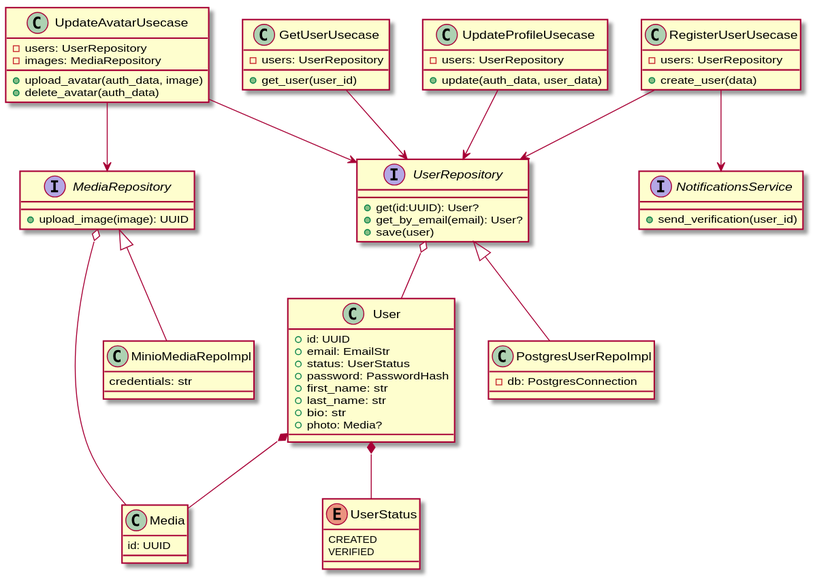
Earlier version of the PlantUML export classes.svg (kluchi/diagrams).
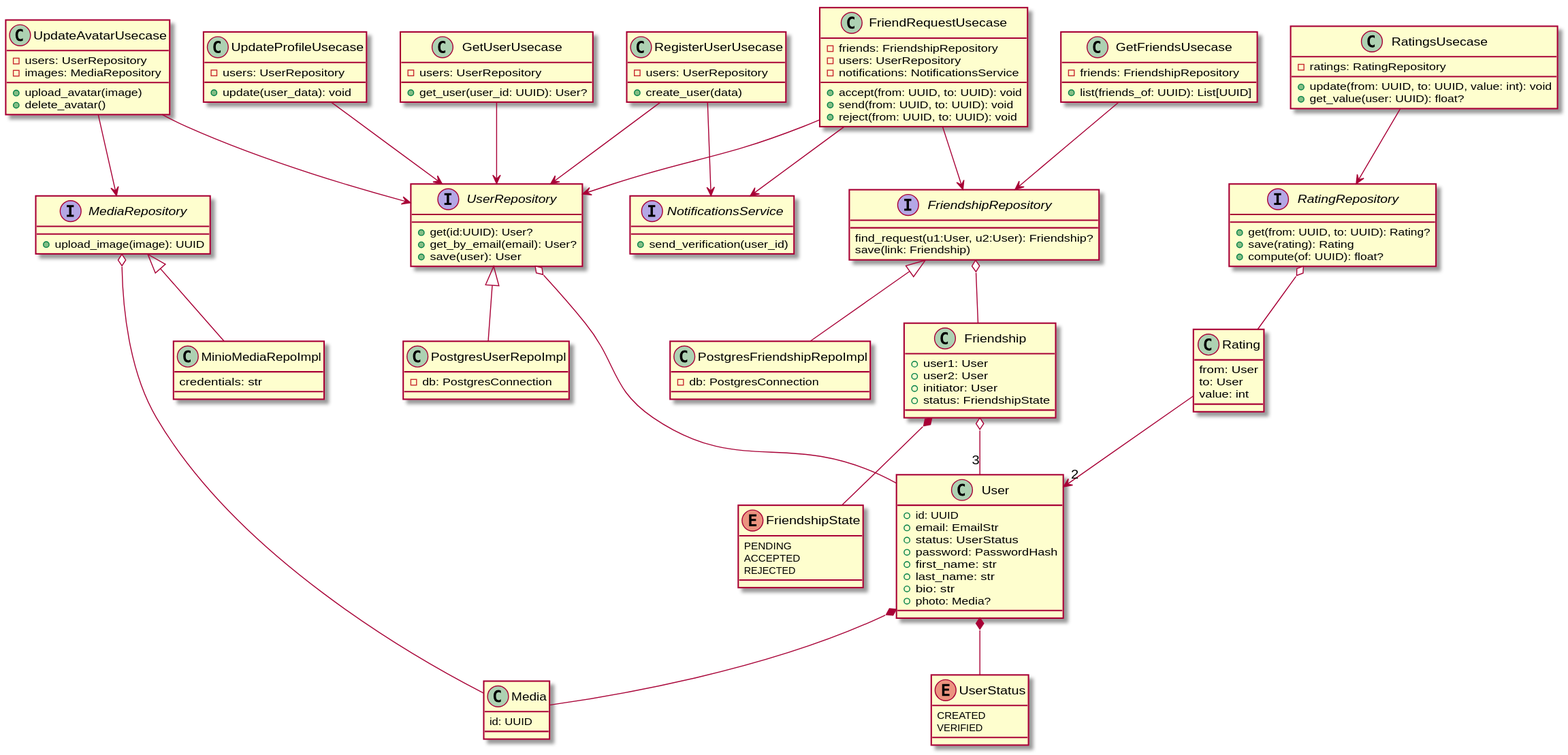
After the commit.

Diff of the diagram source:
```diff
@@ -9,13 +9,13 @@
 
 class GetUserUsecase {
     - users: UserRepository
-    + get_user(user_id)
+    + get_user(user_id: UUID): User?
 }
 GetUserUsecase --> UserRepository
 
 class UpdateProfileUsecase {
     - users: UserRepository
-    + update(auth_data, user_data)
+    + update(user_data): void
 }
 UpdateProfileUsecase --> UserRepository
 
@@ -23,8 +23,8 @@
 class UpdateAvatarUsecase {
     - users: UserRepository
     - images: MediaRepository
-    + upload_avatar(auth_data, image)
-    + delete_avatar(auth_data)
+    + upload_avatar(image)
+    + delete_avatar()
 }
 UpdateAvatarUsecase --> UserRepository
 UpdateAvatarUsecase --> MediaRepository
@@ -57,7 +57,7 @@
 interface UserRepository {
     + get(id:UUID): User?
     + get_by_email(email): User?
-    + save(user)
+    + save(user): User
 }
 
 
@@ -87,5 +87,84 @@
     + send_verification(user_id)
 }
 
+class Friendship {
+    + user1: User
+    + user2: User
+    + initiator: User
+    + status: FriendshipState
+}
+
+
+
+enum FriendshipState {
+    PENDING
+    ACCEPTED
+    REJECTED
+}
+
+Friendship *-- FriendshipState
+
+Friendship o-- "3" User
+
+interface FriendshipRepository {
+    find_request(u1:User, u2:User): Friendship?
+    save(link: Friendship)
+}
+
+FriendshipRepository o-- Friendship
+
+class PostgresFriendshipRepoImpl {
+    - db: PostgresConnection
+}
+
+PostgresFriendshipRepoImpl -up-|> FriendshipRepository
+
+class GetFriendsUsecase {
+    - friends: FriendshipRepository
+
+    + list(friends_of: UUID): List[UUID]
+}
+
+GetFriendsUsecase --> FriendshipRepository
+
+class FriendRequestUsecase {
+    - friends: FriendshipRepository
+    - users: UserRepository
+    - notifications: NotificationsService
+
+    + accept(from: UUID, to: UUID): void
+    + send(from: UUID, to: UUID): void
+    + reject(from: UUID, to: UUID): void
+}
+
+
+FriendRequestUsecase --> NotificationsService
+FriendRequestUsecase --> FriendshipRepository
+FriendRequestUsecase --> UserRepository
+
+class Rating {
+    from: User
+    to: User
+    value: int
+}
+
+Rating --> "2" User
+
+interface RatingRepository {
+    + get(from: UUID, to: UUID): Rating?
+    + save(rating): Rating
+    + compute(of: UUID): float?
+}
+
+RatingRepository o-- Rating
+
+class RatingsUsecase {
+    - ratings: RatingRepository
+
+    + update(from: UUID, to: UUID, value: int): void
+    + get_value(user: UUID): float?
+}
+
+RatingsUsecase --> RatingRepository
 
 @enduml
```
